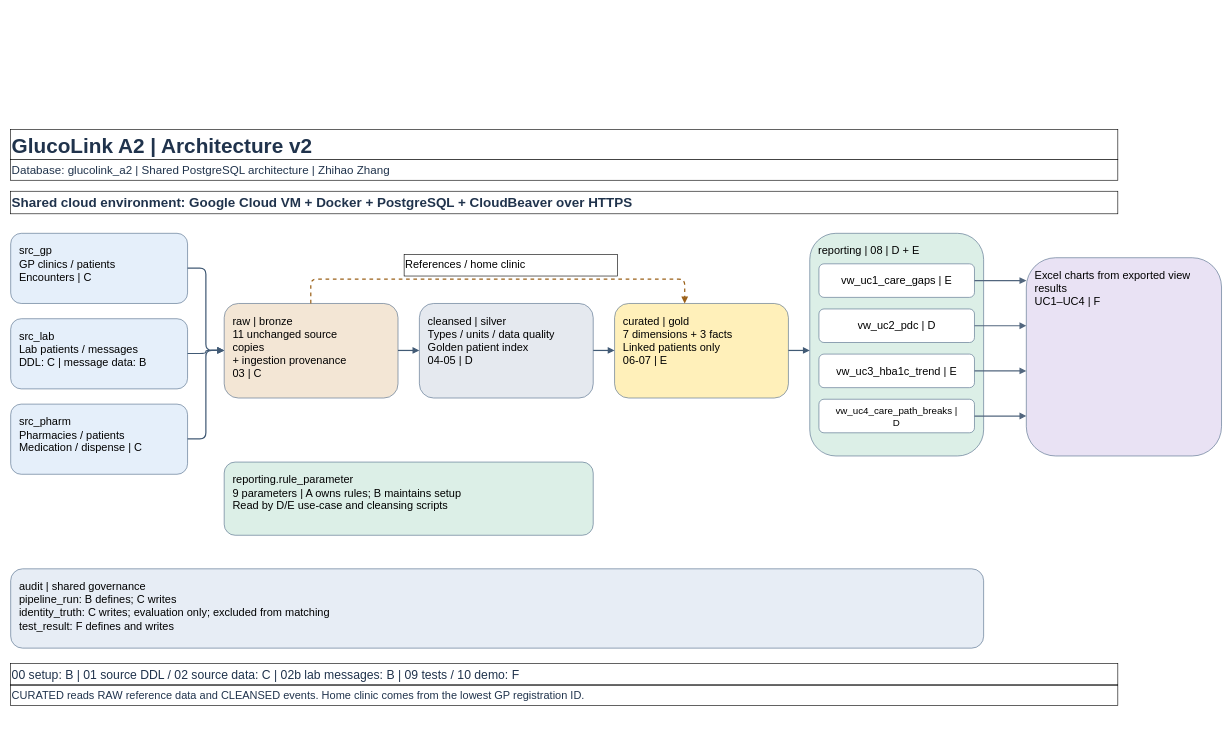
Earlier version of the draw.io diagram docs/architecture_v2.drawio (LyphardRover/glucolink-a2). Source tidied: cells renumbered, new cells numbered last; positions are measured from the earlier drawing's top-left corner, leaving out a move shared by most shapes. Both pictures are drawn from the tidied source at 61%, with x=0, y=0 at pixel (10, 129).
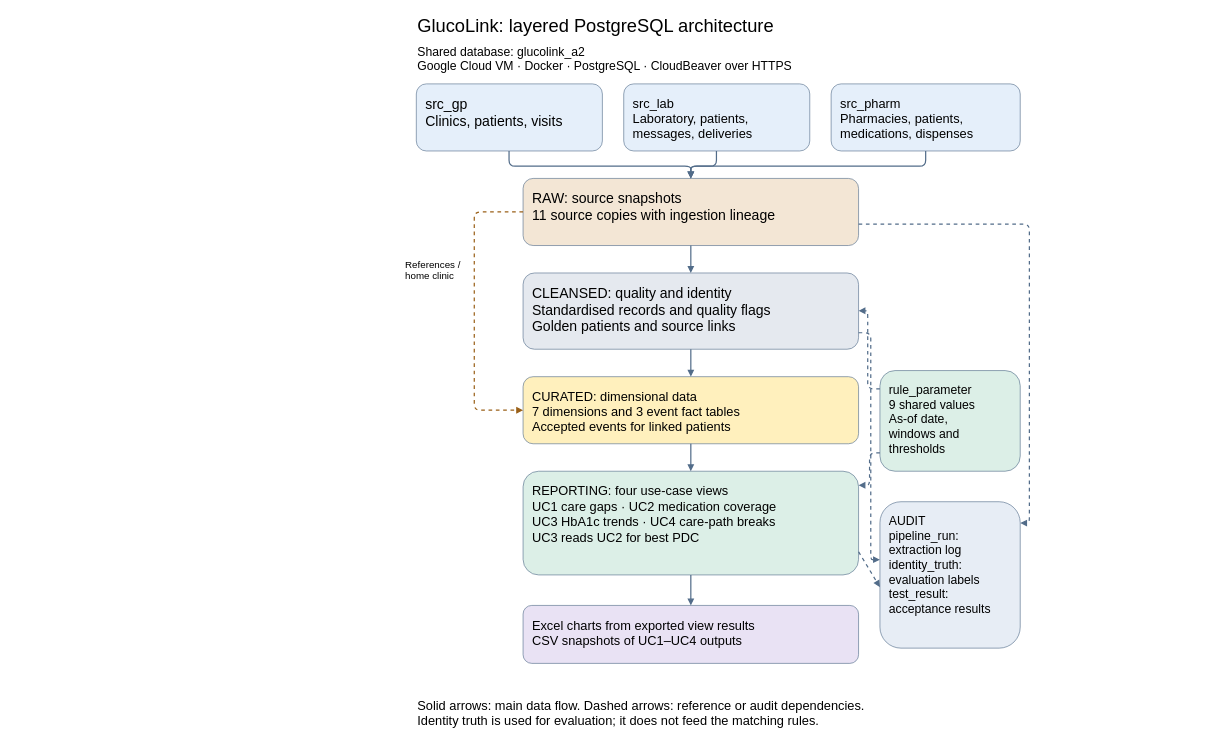
Above is the later version.

Commit message (it also covers changes not shown here):
B: prepare architecture figure for final report

The edit, as a diff of the source:
```diff
@@
-    <mxCell id="2" value="GlucoLink A2 | Architecture v2" style="html=0;align=left;verticalAlign=top;fontSize=34.0;fontStyle=1;fontColor=#20334c;whiteSpace=wrap;overflow=hidden;" parent="1" vertex="1">
-      <mxGeometry width="1815" height="49" as="geometry" />
-    </mxCell>
-    <mxCell id="3" value="Database: glucolink_a2 | Shared PostgreSQL architecture | Zhihao Zhang" style="html=0;align=left;verticalAlign=top;fontSize=19.0;fontStyle=0;fontColor=#20334c;whiteSpace=wrap;overflow=hidden;" parent="1" vertex="1">
-      <mxGeometry y="49" width="1815" height="34" as="geometry" />
-    </mxCell>
-    <mxCell id="4" value="Shared cloud environment: Google Cloud VM + Docker + PostgreSQL + CloudBeaver over HTTPS" style="html=0;align=left;verticalAlign=top;fontSize=22.0;fontStyle=1;fontColor=#20334c;whiteSpace=wrap;overflow=hidden;" parent="1" vertex="1">
-      <mxGeometry y="101" width="1815" height="37" as="geometry" />
-    </mxCell>
-    <mxCell id="5" value="src_gp&#10;GP clinics / patients&#10;Encounters | C" style="rounded=1;whiteSpace=wrap;html=0;align=left;verticalAlign=top;spacing=14;fontSize=18;fillColor=#e5effa;strokeColor=#526c89;overflow=hidden;" parent="1" vertex="1">
-      <mxGeometry y="170" width="290" height="115" as="geometry" />
-    </mxCell>
-    <mxCell id="6" value="src_lab&#10;Lab patients / messages&#10;DDL: C | message data: B" style="rounded=1;whiteSpace=wrap;html=0;align=left;verticalAlign=top;spacing=14;fontSize=18;fillColor=#e5effa;strokeColor=#526c89;overflow=hidden;" parent="1" vertex="1">
-      <mxGeometry y="310" width="290" height="115" as="geometry" />
-    </mxCell>
-    <mxCell id="7" value="src_pharm&#10;Pharmacies / patients&#10;Medication / dispense | C" style="rounded=1;whiteSpace=wrap;html=0;align=left;verticalAlign=top;spacing=14;fontSize=18;fillColor=#e5effa;strokeColor=#526c89;overflow=hidden;" parent="1" vertex="1">
-      <mxGeometry y="450" width="290" height="115" as="geometry" />
-    </mxCell>
-    <mxCell id="8" value="raw | bronze&#10;11 unchanged source&#10;copies&#10;+ ingestion provenance&#10;03 | C" style="rounded=1;whiteSpace=wrap;html=0;align=left;verticalAlign=top;spacing=14;fontSize=18;fillColor=#f3e6d5;strokeColor=#526c89;overflow=hidden;" parent="1" vertex="1">
-      <mxGeometry x="350" y="285" width="285" height="155" as="geometry" />
-    </mxCell>
-    <mxCell id="9" value="cleansed | silver&#10;Types / units / data quality&#10;Golden patient index&#10;04-05 | D" style="rounded=1;whiteSpace=wrap;html=0;align=left;verticalAlign=top;spacing=14;fontSize=18;fillColor=#e5e9ef;strokeColor=#526c89;overflow=hidden;" parent="1" vertex="1">
-      <mxGeometry x="670" y="285" width="285" height="155" as="geometry" />
-    </mxCell>
-    <mxCell id="10" value="curated | gold&#10;7 dimensions + 3 facts&#10;Linked patients only&#10;06-07 | E" style="rounded=1;whiteSpace=wrap;html=0;align=left;verticalAlign=top;spacing=14;fontSize=18;fillColor=#fff0ba;strokeColor=#526c89;overflow=hidden;" parent="1" vertex="1">
-      <mxGeometry x="990" y="285" width="285" height="155" as="geometry" />
-    </mxCell>
-    <mxCell id="11" value="reporting | 08 | D + E" style="rounded=1;whiteSpace=wrap;html=0;align=left;verticalAlign=top;spacing=14;fontSize=18;fillColor=#dcefe7;strokeColor=#526c89;overflow=hidden;" parent="1" vertex="1">
-      <mxGeometry x="1310" y="170" width="285" height="365" as="geometry" />
-    </mxCell>
-    <mxCell id="12" style="edgeStyle=none;html=0;strokeColor=#415a75;strokeWidth=2;fontSize=18;endArrow=block;" parent="1" edge="1">
-      <mxGeometry relative="1" as="geometry">
-        <mxPoint x="290" y="227" as="sourcePoint" />
-        <mxPoint x="350" y="362" as="targetPoint" />
-        <Array as="points">
-          <mxPoint x="320" y="227" />
-          <mxPoint x="320" y="362" />
-        </Array>
-      </mxGeometry>
-    </mxCell>
-    <mxCell id="13" style="edgeStyle=none;html=0;strokeColor=#415a75;strokeWidth=2;fontSize=18;endArrow=block;" parent="1" edge="1">
-      <mxGeometry relative="1" as="geometry">
-        <mxPoint x="290" y="367" as="sourcePoint" />
-        <mxPoint x="350" y="362" as="targetPoint" />
-        <Array as="points">
-          <mxPoint x="320" y="367" />
-          <mxPoint x="320" y="362" />
-        </Array>
-      </mxGeometry>
-    </mxCell>
-    <mxCell id="14" style="edgeStyle=none;html=0;strokeColor=#415a75;strokeWidth=2;fontSize=18;endArrow=block;" parent="1" edge="1">
-      <mxGeometry relative="1" as="geometry">
-        <mxPoint x="290" y="507" as="sourcePoint" />
-        <mxPoint x="350" y="362" as="targetPoint" />
-        <Array as="points">
-          <mxPoint x="320" y="507" />
-          <mxPoint x="320" y="362" />
-        </Array>
-      </mxGeometry>
-    </mxCell>
-    <mxCell id="15" style="edgeStyle=none;html=0;strokeColor=#415a75;strokeWidth=2;fontSize=18;endArrow=block;" parent="1" edge="1">
-      <mxGeometry relative="1" as="geometry">
-        <mxPoint x="635" y="362" as="sourcePoint" />
-        <mxPoint x="670" y="362" as="targetPoint" />
-      </mxGeometry>
-    </mxCell>
-    <mxCell id="16" style="edgeStyle=none;html=0;strokeColor=#415a75;strokeWidth=2;fontSize=18;endArrow=block;" parent="1" edge="1">
-      <mxGeometry relative="1" as="geometry">
-        <mxPoint x="955" y="362" as="sourcePoint" />
-        <mxPoint x="990" y="362" as="targetPoint" />
-      </mxGeometry>
-    </mxCell>
-    <mxCell id="17" style="edgeStyle=none;html=0;strokeColor=#415a75;strokeWidth=2;fontSize=18;endArrow=block;" parent="1" edge="1">
-      <mxGeometry relative="1" as="geometry">
-        <mxPoint x="1275" y="362" as="sourcePoint" />
-        <mxPoint x="1310" y="362" as="targetPoint" />
-      </mxGeometry>
-    </mxCell>
-    <mxCell id="18" value="Excel charts from exported view&#10;results&#10;UC1–UC4 | F" style="rounded=1;whiteSpace=wrap;html=0;align=left;verticalAlign=top;spacing=14;fontSize=18;fillColor=#e9e2f4;strokeColor=#526c89;overflow=hidden;" parent="1" vertex="1">
-      <mxGeometry x="1665" y="210" width="320" height="325" as="geometry" />
-    </mxCell>
-    <mxCell id="19" value="reporting.rule_parameter&#10;9 parameters | A owns rules; B maintains setup&#10;Read by D/E use-case and cleansing scripts" style="rounded=1;whiteSpace=wrap;html=0;align=left;verticalAlign=top;spacing=14;fontSize=18;fillColor=#dcefe7;strokeColor=#526c89;overflow=hidden;" parent="1" vertex="1">
-      <mxGeometry x="350" y="545" width="605" height="120" as="geometry" />
-    </mxCell>
-    <mxCell id="20" value="audit | shared governance&#10;pipeline_run: B defines; C writes&#10;identity_truth: C writes; evaluation only; excluded from matching&#10;test_result: F defines and writes" style="rounded=1;whiteSpace=wrap;html=0;align=left;verticalAlign=top;spacing=14;fontSize=18;fillColor=#e7edf5;strokeColor=#526c89;overflow=hidden;" parent="1" vertex="1">
-      <mxGeometry y="720" width="1595" height="130" as="geometry" />
-    </mxCell>
-    <mxCell id="21" value="00 setup: B | 01 source DDL / 02 source data: C | 02b lab messages: B | 09 tests / 10 demo: F" style="html=0;align=left;verticalAlign=top;fontSize=20.0;fontStyle=0;fontColor=#20334c;whiteSpace=wrap;overflow=hidden;" parent="1" vertex="1">
-      <mxGeometry y="875" width="1815" height="35" as="geometry" />
-    </mxCell>
-    <mxCell id="22" value="CURATED reads RAW reference data and CLEANSED events. Home clinic comes from the lowest GP registration ID." style="html=0;align=left;verticalAlign=top;fontSize=18.0;fontStyle=0;fontColor=#20334c;whiteSpace=wrap;overflow=hidden;" parent="1" vertex="1">
-      <mxGeometry y="911" width="1815" height="33" as="geometry" />
-    </mxCell>
-    <mxCell id="23" value="vw_uc1_care_gaps | E" style="rounded=1;whiteSpace=wrap;html=0;fontSize=18.0;fillColor=#ffffff;strokeColor=#526c89;overflow=hidden;" parent="1" vertex="1">
-      <mxGeometry x="1325" y="220" width="255" height="55" as="geometry" />
-    </mxCell>
-    <mxCell id="24" value="vw_uc2_pdc | D" style="rounded=1;whiteSpace=wrap;html=0;fontSize=18.0;fillColor=#ffffff;strokeColor=#526c89;overflow=hidden;" parent="1" vertex="1">
-      <mxGeometry x="1325" y="294" width="255" height="55" as="geometry" />
-    </mxCell>
-    <mxCell id="25" value="vw_uc3_hba1c_trend | E" style="rounded=1;whiteSpace=wrap;html=0;fontSize=18.0;fillColor=#ffffff;strokeColor=#526c89;overflow=hidden;" parent="1" vertex="1">
-      <mxGeometry x="1325" y="368" width="255" height="55" as="geometry" />
-    </mxCell>
-    <mxCell id="26" value="vw_uc4_care_path_breaks |&#10;D" style="rounded=1;whiteSpace=wrap;html=0;fontSize=16.0;fillColor=#ffffff;strokeColor=#526c89;overflow=hidden;" parent="1" vertex="1">
-      <mxGeometry x="1325" y="442" width="255" height="55" as="geometry" />
-    </mxCell>
-    <mxCell id="27" style="edgeStyle=orthogonalEdgeStyle;exitX=0.5;exitY=0;entryX=0.5;entryY=0;endArrow=block;dashed=1;strokeColor=#9a6018;strokeWidth=2;fontSize=17;labelBackgroundColor=#ffffff;" parent="1" edge="1">
-      <mxGeometry relative="1" as="geometry">
-        <mxPoint x="492" y="285" as="sourcePoint" />
-        <mxPoint x="1105" y="285" as="targetPoint" />
-        <Array as="points">
-          <mxPoint x="492" y="245" />
-          <mxPoint x="1105" y="245" />
-        </Array>
-      </mxGeometry>
-    </mxCell>
-    <mxCell id="28" style="edgeStyle=none;html=0;strokeColor=#52667e;strokeWidth=2;endArrow=block;exitX=1;exitY=0.5;entryX=0;entryY=0.11538461538461539;" parent="1" edge="1" source="23" target="18">
-      <mxGeometry relative="1" as="geometry" />
-    </mxCell>
-    <mxCell id="29" style="edgeStyle=none;html=0;strokeColor=#52667e;strokeWidth=2;endArrow=block;exitX=1;exitY=0.5;entryX=0;entryY=0.34307692307692306;" parent="1" edge="1" source="24" target="18">
-      <mxGeometry relative="1" as="geometry" />
-    </mxCell>
-    <mxCell id="30" style="edgeStyle=none;html=0;strokeColor=#52667e;strokeWidth=2;endArrow=block;exitX=1;exitY=0.5;entryX=0;entryY=0.5707692307692308;" parent="1" edge="1" source="25" target="18">
-      <mxGeometry relative="1" as="geometry" />
-    </mxCell>
-    <mxCell id="31" style="edgeStyle=none;html=0;strokeColor=#52667e;strokeWidth=2;endArrow=block;exitX=1;exitY=0.5;entryX=0;entryY=0.7984615384615384;" parent="1" edge="1" source="26" target="18">
-      <mxGeometry relative="1" as="geometry" />
-    </mxCell>
+    <mxCell id="33" value="GlucoLink: layered PostgreSQL architecture" style="text;html=0;align=left;verticalAlign=top;whiteSpace=wrap;fontSize=30;" parent="1" vertex="1">
+      <mxGeometry x="665" y="-195" width="990" height="45" as="geometry" />
+    </mxCell>
+    <mxCell id="34" value="Shared database: glucolink_a2&#10;Google Cloud VM · Docker · PostgreSQL · CloudBeaver over HTTPS" style="text;html=0;align=left;verticalAlign=top;whiteSpace=wrap;fontSize=20;" parent="1" vertex="1">
+      <mxGeometry x="665" y="-147" width="990" height="50" as="geometry" />
+    </mxCell>
+    <mxCell id="35" value="src_gp&#10;Clinics, patients, visits" style="rounded=1;html=0;whiteSpace=wrap;align=left;verticalAlign=top;spacing=15;fontSize=23;fillColor=#e5effa;strokeColor=#526c89;" parent="1" vertex="1">
+      <mxGeometry x="665" y="-75" width="305" height="110" as="geometry" />
+    </mxCell>
+    <mxCell id="36" value="src_lab&#10;Laboratory, patients,&#10;messages, deliveries" style="rounded=1;html=0;whiteSpace=wrap;align=left;verticalAlign=top;spacing=15;fontSize=21;fillColor=#e5effa;strokeColor=#526c89;" parent="1" vertex="1">
+      <mxGeometry x="1005" y="-75" width="305" height="110" as="geometry" />
+    </mxCell>
+    <mxCell id="37" value="src_pharm&#10;Pharmacies, patients,&#10;medications, dispenses" style="rounded=1;html=0;whiteSpace=wrap;align=left;verticalAlign=top;spacing=15;fontSize=21;fillColor=#e5effa;strokeColor=#526c89;" parent="1" vertex="1">
+      <mxGeometry x="1345" y="-75" width="310" height="110" as="geometry" />
+    </mxCell>
+    <mxCell id="38" value="RAW: source snapshots&#10;11 source copies with ingestion lineage" style="rounded=1;html=0;whiteSpace=wrap;align=left;verticalAlign=top;spacing=15;fontSize=23;fillColor=#f3e6d5;strokeColor=#526c89;" parent="1" vertex="1">
+      <mxGeometry x="840" y="80" width="550" height="110" as="geometry" />
+    </mxCell>
+    <mxCell id="39" value="CLEANSED: quality and identity&#10;Standardised records and quality flags&#10;Golden patients and source links" style="rounded=1;html=0;whiteSpace=wrap;align=left;verticalAlign=top;spacing=15;fontSize=23;fillColor=#e5e9ef;strokeColor=#526c89;" parent="1" vertex="1">
+      <mxGeometry x="840" y="235" width="550" height="125" as="geometry" />
+    </mxCell>
+    <mxCell id="40" value="CURATED: dimensional data&#10;7 dimensions and 3 event fact tables&#10;Accepted events for linked patients" style="rounded=1;html=0;whiteSpace=wrap;align=left;verticalAlign=top;spacing=15;fontSize=21;fillColor=#fff0bd;strokeColor=#526c89;" parent="1" vertex="1">
+      <mxGeometry x="840" y="405" width="550" height="110" as="geometry" />
+    </mxCell>
+    <mxCell id="41" value="REPORTING: four use-case views&#10;UC1 care gaps · UC2 medication coverage&#10;UC3 HbA1c trends · UC4 care-path breaks&#10;UC3 reads UC2 for best PDC" style="rounded=1;html=0;whiteSpace=wrap;align=left;verticalAlign=top;spacing=15;fontSize=21;fillColor=#dcefe7;strokeColor=#526c89;" parent="1" vertex="1">
+      <mxGeometry x="840" y="560" width="550" height="170" as="geometry" />
+    </mxCell>
+    <mxCell id="42" value="Excel charts from exported view results&#10;CSV snapshots of UC1–UC4 outputs" style="rounded=1;html=0;whiteSpace=wrap;align=left;verticalAlign=top;spacing=15;fontSize=21;fillColor=#e9e2f4;strokeColor=#526c89;" parent="1" vertex="1">
+      <mxGeometry x="840" y="780" width="550" height="95" as="geometry" />
+    </mxCell>
+    <mxCell id="43" value="rule_parameter&#10;9 shared values&#10;As-of date,&#10;windows and&#10;thresholds" style="rounded=1;html=0;whiteSpace=wrap;align=left;verticalAlign=top;spacing=15;fontSize=20;fillColor=#dcefe7;strokeColor=#526c89;" parent="1" vertex="1">
+      <mxGeometry x="1425" y="395" width="230" height="165" as="geometry" />
+    </mxCell>
+    <mxCell id="44" value="AUDIT&#10;pipeline_run:&#10;extraction log&#10;identity_truth:&#10;evaluation labels&#10;test_result:&#10;acceptance results" style="rounded=1;html=0;whiteSpace=wrap;align=left;verticalAlign=top;spacing=15;fontSize=20;fillColor=#e7edf5;strokeColor=#526c89;" parent="1" vertex="1">
+      <mxGeometry x="1425" y="610" width="230" height="240" as="geometry" />
+    </mxCell>
+    <mxCell id="45" style="edgeStyle=none;html=0;endArrow=block;strokeColor=#526c89;strokeWidth=2;" parent="1" edge="1">
+      <mxGeometry relative="1" as="geometry">
+        <mxPoint x="817" y="35" as="sourcePoint" />
+        <mxPoint x="1115" y="80" as="targetPoint" />
+        <Array as="points">
+          <mxPoint x="817" y="60" />
+          <mxPoint x="1115" y="60" />
+        </Array>
+      </mxGeometry>
+    </mxCell>
+    <mxCell id="46" style="edgeStyle=none;html=0;endArrow=block;strokeColor=#526c89;strokeWidth=2;" parent="1" edge="1">
+      <mxGeometry relative="1" as="geometry">
+        <mxPoint x="1157" y="35" as="sourcePoint" />
+        <mxPoint x="1115" y="80" as="targetPoint" />
+        <Array as="points">
+          <mxPoint x="1157" y="60" />
+          <mxPoint x="1115" y="60" />
+        </Array>
+      </mxGeometry>
+    </mxCell>
+    <mxCell id="47" style="edgeStyle=none;html=0;endArrow=block;strokeColor=#526c89;strokeWidth=2;" parent="1" edge="1">
+      <mxGeometry relative="1" as="geometry">
+        <mxPoint x="1500" y="35" as="sourcePoint" />
+        <mxPoint x="1115" y="80" as="targetPoint" />
+        <Array as="points">
+          <mxPoint x="1500" y="60" />
+          <mxPoint x="1115" y="60" />
+        </Array>
+      </mxGeometry>
+    </mxCell>
+    <mxCell id="48" style="edgeStyle=none;html=0;endArrow=block;strokeColor=#526c89;strokeWidth=2;" parent="1" edge="1">
+      <mxGeometry relative="1" as="geometry">
+        <mxPoint x="1115" y="190" as="sourcePoint" />
+        <mxPoint x="1115" y="235" as="targetPoint" />
+      </mxGeometry>
+    </mxCell>
+    <mxCell id="49" style="edgeStyle=none;html=0;endArrow=block;strokeColor=#526c89;strokeWidth=2;" parent="1" edge="1">
+      <mxGeometry relative="1" as="geometry">
+        <mxPoint x="1115" y="360" as="sourcePoint" />
+        <mxPoint x="1115" y="405" as="targetPoint" />
+      </mxGeometry>
+    </mxCell>
+    <mxCell id="50" style="edgeStyle=none;html=0;endArrow=block;strokeColor=#526c89;strokeWidth=2;" parent="1" edge="1">
+      <mxGeometry relative="1" as="geometry">
+        <mxPoint x="1115" y="515" as="sourcePoint" />
+        <mxPoint x="1115" y="560" as="targetPoint" />
+      </mxGeometry>
+    </mxCell>
+    <mxCell id="51" style="edgeStyle=none;html=0;endArrow=block;strokeColor=#526c89;strokeWidth=2;" parent="1" edge="1">
+      <mxGeometry relative="1" as="geometry">
+        <mxPoint x="1115" y="730" as="sourcePoint" />
+        <mxPoint x="1115" y="780" as="targetPoint" />
+      </mxGeometry>
+    </mxCell>
+    <mxCell id="52" style="edgeStyle=none;html=0;endArrow=block;strokeColor=#9a6018;strokeWidth=2;dashed=1;" parent="1" edge="1">
+      <mxGeometry relative="1" as="geometry">
+        <mxPoint x="840" y="135" as="sourcePoint" />
+        <mxPoint x="840" y="460" as="targetPoint" />
+        <Array as="points">
+          <mxPoint x="760" y="135" />
+          <mxPoint x="760" y="460" />
+        </Array>
+      </mxGeometry>
+    </mxCell>
-    <mxCell id="32" value="References / home clinic" style="html=0;align=left;verticalAlign=top;fontSize=18.0;whiteSpace=wrap;overflow=hidden;" parent="1" vertex="1">
-      <mxGeometry x="645" y="205" width="350" height="35" as="geometry" />
+    <mxCell id="32" value="References /&#10;home clinic" style="text;html=0;align=left;verticalAlign=top;whiteSpace=wrap;fontSize=16;" parent="1" vertex="1">
+      <mxGeometry x="645" y="205" width="110" height="115" as="geometry" />
     </mxCell>
+    <mxCell id="53" style="edgeStyle=none;html=0;endArrow=block;strokeColor=#526c89;strokeWidth=2;dashed=1;" parent="1" edge="1">
+      <mxGeometry relative="1" as="geometry">
+        <mxPoint x="1425" y="425" as="sourcePoint" />
+        <mxPoint x="1390" y="297" as="targetPoint" />
+        <Array as="points">
+          <mxPoint x="1405" y="425" />
+          <mxPoint x="1405" y="297" />
+        </Array>
+      </mxGeometry>
+    </mxCell>
+    <mxCell id="54" style="edgeStyle=none;html=0;endArrow=block;strokeColor=#526c89;strokeWidth=2;dashed=1;" parent="1" edge="1">
+      <mxGeometry relative="1" as="geometry">
+        <mxPoint x="1425" y="530" as="sourcePoint" />
+        <mxPoint x="1390" y="583" as="targetPoint" />
+        <Array as="points">
+          <mxPoint x="1408" y="530" />
+          <mxPoint x="1408" y="583" />
+        </Array>
+      </mxGeometry>
+    </mxCell>
+    <mxCell id="55" style="edgeStyle=none;html=0;endArrow=block;strokeColor=#526c89;strokeWidth=2;dashed=1;" parent="1" edge="1">
+      <mxGeometry relative="1" as="geometry">
+        <mxPoint x="1390" y="155" as="sourcePoint" />
+        <mxPoint x="1655" y="645" as="targetPoint" />
+        <Array as="points">
+          <mxPoint x="1670" y="155" />
+          <mxPoint x="1670" y="645" />
+        </Array>
+      </mxGeometry>
+    </mxCell>
+    <mxCell id="56" style="edgeStyle=none;html=0;endArrow=block;strokeColor=#526c89;strokeWidth=2;dashed=1;" parent="1" edge="1">
+      <mxGeometry relative="1" as="geometry">
+        <mxPoint x="1390" y="333" as="sourcePoint" />
+        <mxPoint x="1425" y="705" as="targetPoint" />
+        <Array as="points">
+          <mxPoint x="1410" y="333" />
+          <mxPoint x="1410" y="705" />
+        </Array>
+      </mxGeometry>
+    </mxCell>
+    <mxCell id="57" style="edgeStyle=none;html=0;endArrow=block;strokeColor=#526c89;strokeWidth=2;dashed=1;" parent="1" edge="1">
+      <mxGeometry relative="1" as="geometry">
+        <mxPoint x="1390" y="692" as="sourcePoint" />
+        <mxPoint x="1425" y="750" as="targetPoint" />
+      </mxGeometry>
+    </mxCell>
+    <mxCell id="58" value="Solid arrows: main data flow. Dashed arrows: reference or audit dependencies.&#10;Identity truth is used for evaluation; it does not feed the matching rules." style="text;html=0;align=left;verticalAlign=top;whiteSpace=wrap;fontSize=21;" parent="1" vertex="1">
+      <mxGeometry x="665" y="925" width="990" height="80" as="geometry" />
+    </mxCell>
```
